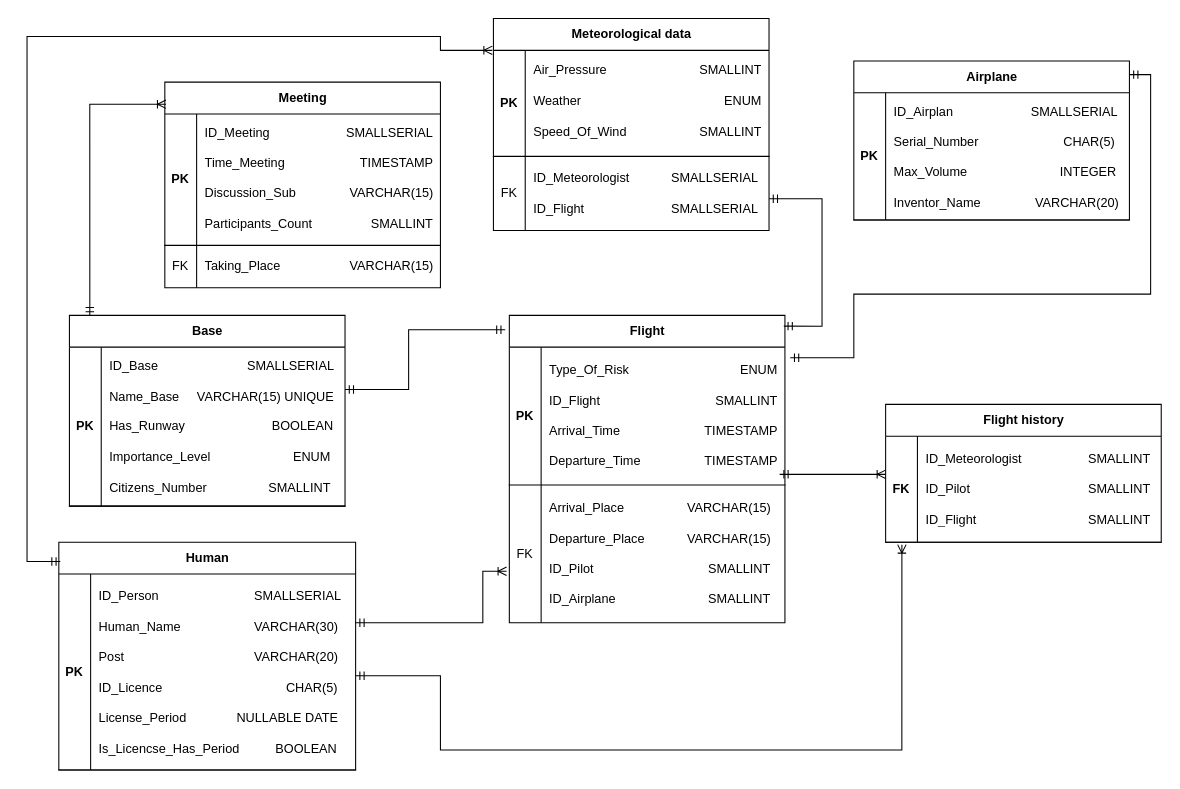
Before: БД/ЛБ1/Даталогическая модель.drawio in tetraminomusic/ITMO_2sem, a draw.io diagram. Source tidied: cells renumbered, new cells numbered last; positions are measured from the earlier drawing's top-left corner, leaving out a move shared by most shapes. Both pictures are drawn from the tidied source at 106%, with x=0, y=0 at pixel (26, 18).
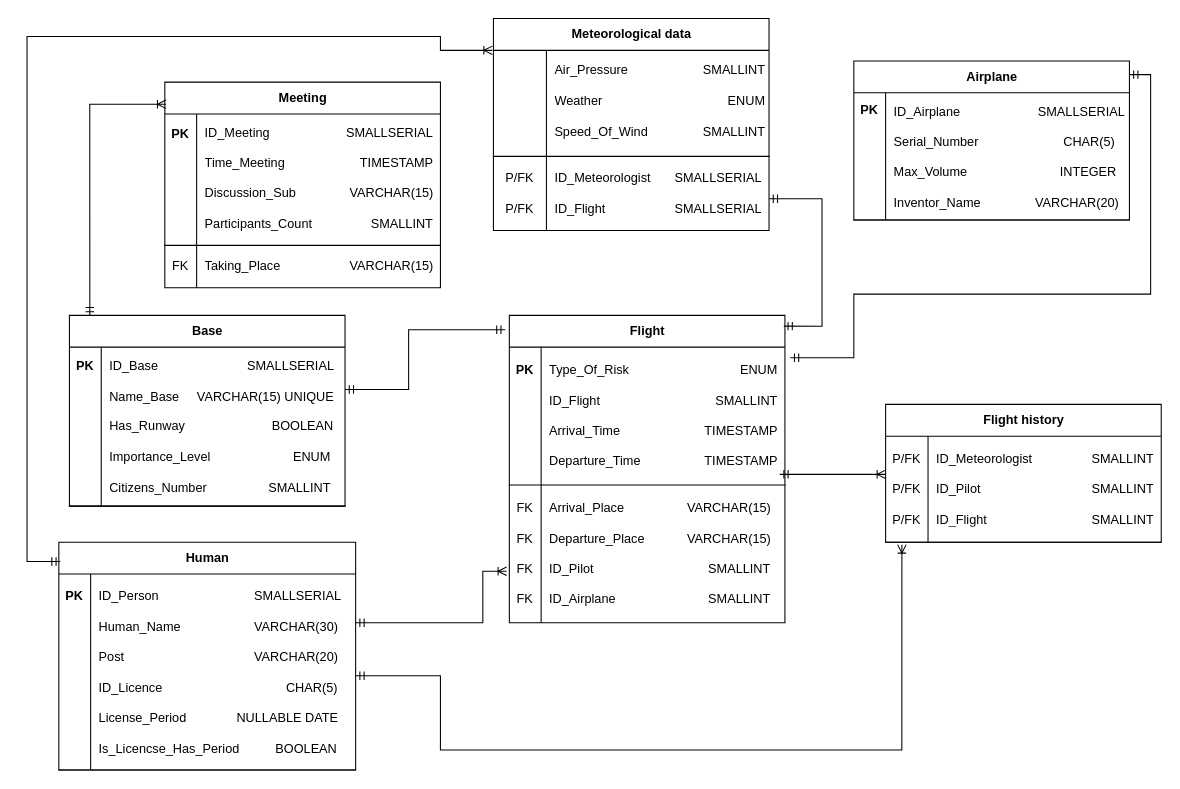
The same diagram, later.

Unchanged cells that the change refers to:
```xml
<mxCell id="3" style="shape=tableRow;horizontal=0;startSize=0;swimlaneHead=0;swimlaneBody=0;fillColor=none;top=0;left=0;right=0;bottom=1;" parent="2" vertex="1">
  <mxGeometry y="30" width="280" height="185" as="geometry" />
</mxCell>
<mxCell id="8" style="shape=tableRow;horizontal=0;startSize=0;swimlaneHead=0;swimlaneBody=0;fillColor=none;top=0;left=0;right=0;bottom=1;" parent="7" vertex="1">
  <mxGeometry y="30" width="260" height="150" as="geometry" />
</mxCell>
<mxCell id="13" style="shape=tableRow;horizontal=0;startSize=0;swimlaneHead=0;swimlaneBody=0;fillColor=none;top=0;left=0;right=0;bottom=1;" parent="12" vertex="1">
  <mxGeometry y="30" width="260" height="100" as="geometry" />
</mxCell>
<mxCell id="16" style="shape=tableRow;horizontal=0;startSize=0;swimlaneHead=0;swimlaneBody=0;fillColor=none;top=0;left=0;right=0;bottom=0;" parent="12" vertex="1">
  <mxGeometry y="130" width="260" height="70" as="geometry" />
</mxCell>
<mxCell id="21" style="shape=tableRow;horizontal=0;startSize=0;swimlaneHead=0;swimlaneBody=0;fillColor=none;top=0;left=0;right=0;bottom=1;" parent="20" vertex="1">
  <mxGeometry y="30" width="260" height="120" as="geometry" />
</mxCell>
<mxCell id="26" style="shape=tableRow;horizontal=0;startSize=0;swimlaneHead=0;swimlaneBody=0;fillColor=none;points=[[0,0.5],[1,0.5]];portConstraint=eastwest;top=0;left=0;right=0;bottom=1;" parent="25" vertex="1">
  <mxGeometry y="30" width="260" height="100" as="geometry" />
</mxCell>
<mxCell id="31" style="shape=tableRow;horizontal=0;startSize=0;swimlaneHead=0;swimlaneBody=0;fillColor=none;top=0;left=0;right=0;bottom=1;" parent="30" vertex="1">
  <mxGeometry y="30" width="260" height="130" as="geometry" />
</mxCell>
<mxCell id="34" style="shape=tableRow;horizontal=0;startSize=0;swimlaneHead=0;swimlaneBody=0;fillColor=none;points=[[0,0.5],[1,0.5]];portConstraint=eastwest;top=0;left=0;right=0;bottom=0;" parent="30" vertex="1">
  <mxGeometry y="160" width="260" height="130" as="geometry" />
</mxCell>
<mxCell id="39" style="shape=tableRow;horizontal=0;startSize=0;swimlaneHead=0;swimlaneBody=0;fillColor=none;top=0;left=0;right=0;bottom=1;" parent="38" vertex="1">
  <mxGeometry y="30" width="260" height="124" as="geometry" />
</mxCell>
```

What changed in the source:
```diff
@@
-    <mxCell id="4" value="PK" style="shape=partialRectangle;fillColor=none;top=0;left=0;bottom=0;right=0;fontStyle=1;overflow=hidden;whiteSpace=wrap;html=1;" parent="3" vertex="1">
+    <mxCell id="4" value="PK&lt;div&gt;&lt;br&gt;&lt;/div&gt;&lt;div&gt;&lt;br&gt;&lt;/div&gt;&lt;div&gt;&lt;br&gt;&lt;/div&gt;&lt;div&gt;&lt;br&gt;&lt;/div&gt;&lt;div&gt;&lt;br&gt;&lt;/div&gt;&lt;div&gt;&lt;br&gt;&lt;/div&gt;&lt;div&gt;&lt;br&gt;&lt;/div&gt;&lt;div&gt;&lt;br&gt;&lt;/div&gt;&lt;div&gt;&lt;br&gt;&lt;/div&gt;&lt;div&gt;&lt;br&gt;&lt;/div&gt;" style="shape=partialRectangle;fillColor=none;top=0;left=0;bottom=0;right=0;fontStyle=1;overflow=hidden;whiteSpace=wrap;html=1;" parent="3" vertex="1">
       <mxGeometry width="30" height="185" as="geometry" />
     </mxCell>
@@
-    <mxCell id="9" value="PK" style="shape=partialRectangle;fillColor=none;top=0;left=0;bottom=0;right=0;fontStyle=1;overflow=hidden;whiteSpace=wrap;html=1;" parent="8" vertex="1">
+    <mxCell id="9" value="PK&lt;div&gt;&lt;br&gt;&lt;/div&gt;&lt;div&gt;&lt;br&gt;&lt;/div&gt;&lt;div&gt;&lt;br&gt;&lt;/div&gt;&lt;div&gt;&lt;br&gt;&lt;/div&gt;&lt;div&gt;&lt;br&gt;&lt;/div&gt;&lt;div&gt;&lt;br&gt;&lt;/div&gt;&lt;div&gt;&lt;br&gt;&lt;/div&gt;&lt;div&gt;&lt;br&gt;&lt;/div&gt;" style="shape=partialRectangle;fillColor=none;top=0;left=0;bottom=0;right=0;fontStyle=1;overflow=hidden;whiteSpace=wrap;html=1;" parent="8" vertex="1">
       <mxGeometry width="30" height="150" as="geometry" />
     </mxCell>
@@
-    <mxCell id="14" value="PK" style="shape=partialRectangle;fillColor=none;top=0;left=0;bottom=0;right=0;fontStyle=1;overflow=hidden;whiteSpace=wrap;html=1;" parent="13" vertex="1">
-      <mxGeometry width="30" height="100" as="geometry" />
+    <mxCell id="14" style="shape=partialRectangle;fillColor=none;top=0;left=0;bottom=0;right=0;fontStyle=1;overflow=hidden;whiteSpace=wrap;html=1;" parent="13" vertex="1">
+      <mxGeometry width="50" height="100" as="geometry" />
     </mxCell>
     <mxCell id="15" style="shape=partialRectangle;fillColor=none;top=0;left=0;bottom=0;right=0;align=left;spacingLeft=6;fontStyle=5;overflow=hidden;whiteSpace=wrap;html=1;" parent="13" vertex="1">
-      <mxGeometry x="30" width="230" height="100" as="geometry" />
+      <mxGeometry x="50" width="210" height="100" as="geometry" />
     </mxCell>
@@
-    <mxCell id="17" value="FK" style="shape=partialRectangle;fillColor=none;top=0;left=0;bottom=0;right=0;overflow=hidden;whiteSpace=wrap;html=1;" parent="16" vertex="1">
-      <mxGeometry width="30" height="70" as="geometry" />
+    <mxCell id="17" value="P/FK&lt;div&gt;&lt;br&gt;&lt;/div&gt;&lt;div&gt;P/FK&lt;/div&gt;" style="shape=partialRectangle;fillColor=none;top=0;left=0;bottom=0;right=0;overflow=hidden;whiteSpace=wrap;html=1;" parent="16" vertex="1">
+      <mxGeometry width="50" height="70" as="geometry" />
     </mxCell>
-    <mxCell id="18" value="ID_Meteorologist&lt;span style=&quot;white-space: pre;&quot;&gt;&#9;&lt;/span&gt;&amp;nbsp; &amp;nbsp; &amp;nbsp; &amp;nbsp;&lt;span style=&quot;white-space: pre;&quot;&gt;SMALLSERIAL&lt;/span&gt;&lt;div&gt;&lt;span style=&quot;white-space: pre;&quot;&gt;&lt;br&gt;&lt;/span&gt;&lt;div&gt;&lt;span style=&quot;color: light-dark(rgb(0, 0, 0), rgb(255, 255, 255)); background-color: transparent;&quot;&gt;ID_Flight&lt;/span&gt;&lt;span style=&quot;color: light-dark(rgb(0, 0, 0), rgb(255, 255, 255)); background-color: transparent; white-space: pre;&quot;&gt;&#9;&lt;/span&gt;&lt;span style=&quot;color: light-dark(rgb(0, 0, 0), rgb(255, 255, 255)); background-color: transparent; white-space: pre;&quot;&gt;&#9;&lt;/span&gt;&lt;span style=&quot;color: light-dark(rgb(0, 0, 0), rgb(255, 255, 255)); background-color: transparent; white-space: pre;&quot;&gt;&#9;&lt;/span&gt;&lt;span style=&quot;color: light-dark(rgb(0, 0, 0), rgb(255, 255, 255)); background-color: transparent;&quot;&gt;&amp;nbsp; &amp;nbsp; &amp;nbsp; &amp;nbsp;SMALLSERIAL&lt;/span&gt;&lt;span style=&quot;white-space: pre;&quot;&gt;&lt;/span&gt;&lt;/div&gt;&lt;/div&gt;" style="shape=partialRectangle;fillColor=none;top=0;left=0;bottom=0;right=0;align=left;spacingLeft=6;overflow=hidden;whiteSpace=wrap;html=1;" parent="16" vertex="1">
-      <mxGeometry x="30" width="230" height="70" as="geometry" />
+    <mxCell id="18" value="ID_Meteorologist&lt;span style=&quot;white-space: pre;&quot;&gt;&#9;&lt;/span&gt;&amp;nbsp; &lt;span style=&quot;white-space: pre;&quot;&gt;SMALLSERIAL&lt;/span&gt;&lt;div&gt;&lt;span style=&quot;white-space: pre;&quot;&gt;&lt;br&gt;&lt;/span&gt;&lt;div&gt;&lt;span style=&quot;color: light-dark(rgb(0, 0, 0), rgb(255, 255, 255)); background-color: transparent;&quot;&gt;ID_Flight&lt;/span&gt;&lt;span style=&quot;color: light-dark(rgb(0, 0, 0), rgb(255, 255, 255)); background-color: transparent; white-space: pre;&quot;&gt;&#9;&lt;/span&gt;&lt;span style=&quot;color: light-dark(rgb(0, 0, 0), rgb(255, 255, 255)); background-color: transparent; white-space: pre;&quot;&gt;&#9;&lt;/span&gt;&lt;span style=&quot;color: light-dark(rgb(0, 0, 0), rgb(255, 255, 255)); background-color: transparent; white-space: pre;&quot;&gt;&#9;&lt;/span&gt;&lt;span style=&quot;color: light-dark(rgb(0, 0, 0), rgb(255, 255, 255)); background-color: transparent;&quot;&gt;&amp;nbsp; SMALLSERIAL&lt;/span&gt;&lt;span style=&quot;white-space: pre;&quot;&gt;&lt;/span&gt;&lt;/div&gt;&lt;/div&gt;" style="shape=partialRectangle;fillColor=none;top=0;left=0;bottom=0;right=0;align=left;spacingLeft=6;overflow=hidden;whiteSpace=wrap;html=1;" parent="16" vertex="1">
+      <mxGeometry x="50" width="210" height="70" as="geometry" />
     </mxCell>
-    <mxCell id="19" value="&lt;div&gt;&lt;span style=&quot;background-color: transparent; color: light-dark(rgb(0, 0, 0), rgb(255, 255, 255));&quot;&gt;Air_Pressure&lt;/span&gt;&lt;span style=&quot;background-color: transparent; color: light-dark(rgb(0, 0, 0), rgb(255, 255, 255)); white-space: pre;&quot;&gt;&#9;&lt;/span&gt;&lt;span style=&quot;background-color: transparent; color: light-dark(rgb(0, 0, 0), rgb(255, 255, 255)); white-space: pre;&quot;&gt;&#9;&lt;/span&gt;&lt;span style=&quot;background-color: transparent; color: light-dark(rgb(0, 0, 0), rgb(255, 255, 255));&quot;&gt;&amp;nbsp; &amp;nbsp; &amp;nbsp; &amp;nbsp; &amp;nbsp; &amp;nbsp; &amp;nbsp; &amp;nbsp;SMALLINT&lt;/span&gt;&lt;/div&gt;&lt;div&gt;&lt;br&gt;&lt;/div&gt;&lt;div&gt;Weather&amp;nbsp;&amp;nbsp;&lt;span style=&quot;white-space: pre;&quot;&gt;&#9;&lt;/span&gt;&lt;span style=&quot;white-space: pre;&quot;&gt;&#9;&lt;/span&gt;&amp;nbsp; &amp;nbsp; &amp;nbsp; &amp;nbsp; &amp;nbsp; &amp;nbsp; &amp;nbsp; &amp;nbsp; &amp;nbsp; &amp;nbsp; &amp;nbsp; ENUM&lt;/div&gt;&lt;div&gt;&lt;br&gt;&lt;/div&gt;&lt;div&gt;Speed_Of_Wind&lt;span style=&quot;white-space: pre;&quot;&gt;&#9;&lt;/span&gt;&amp;nbsp; &amp;nbsp; &amp;nbsp; &amp;nbsp; &amp;nbsp; &amp;nbsp; &amp;nbsp; &amp;nbsp;SMALLINT&lt;/div&gt;&lt;div&gt;&lt;span style=&quot;background-color: transparent; color: light-dark(rgb(0, 0, 0), rgb(255, 255, 255));&quot;&gt;&amp;nbsp; &amp;nbsp;&lt;/span&gt;&lt;/div&gt;" style="shape=partialRectangle;fillColor=none;top=0;left=0;bottom=0;right=0;align=left;spacingLeft=6;overflow=hidden;whiteSpace=wrap;html=1;" parent="1" vertex="1">
-      <mxGeometry x="470" width="230" height="170" as="geometry" />
+    <mxCell id="19" value="&lt;div&gt;&lt;span style=&quot;background-color: transparent; color: light-dark(rgb(0, 0, 0), rgb(255, 255, 255));&quot;&gt;Air_Pressure&lt;/span&gt;&lt;span style=&quot;background-color: transparent; color: light-dark(rgb(0, 0, 0), rgb(255, 255, 255)); white-space: pre;&quot;&gt;&#9;&lt;/span&gt;&lt;span style=&quot;background-color: transparent; color: light-dark(rgb(0, 0, 0), rgb(255, 255, 255)); white-space: pre;&quot;&gt;&#9;&lt;/span&gt;&lt;span style=&quot;background-color: transparent; color: light-dark(rgb(0, 0, 0), rgb(255, 255, 255));&quot;&gt;&amp;nbsp; &amp;nbsp; &amp;nbsp; &amp;nbsp; &amp;nbsp; SMALLINT&lt;/span&gt;&lt;/div&gt;&lt;div&gt;&lt;br&gt;&lt;/div&gt;&lt;div&gt;Weather&amp;nbsp;&amp;nbsp;&lt;span style=&quot;white-space: pre;&quot;&gt;&#9;&lt;/span&gt;&lt;span style=&quot;white-space: pre;&quot;&gt;&#9;&lt;/span&gt;&amp;nbsp; &amp;nbsp; &amp;nbsp; &amp;nbsp; &amp;nbsp; &amp;nbsp; &amp;nbsp; &amp;nbsp; &amp;nbsp;ENUM&lt;/div&gt;&lt;div&gt;&lt;br&gt;&lt;/div&gt;&lt;div&gt;Speed_Of_Wind&lt;span style=&quot;white-space: pre;&quot;&gt;&#9;&lt;/span&gt;&amp;nbsp; &amp;nbsp; &amp;nbsp; &amp;nbsp; &amp;nbsp; SMALLINT&lt;/div&gt;&lt;div&gt;&lt;span style=&quot;background-color: transparent; color: light-dark(rgb(0, 0, 0), rgb(255, 255, 255));&quot;&gt;&amp;nbsp; &amp;nbsp;&lt;/span&gt;&lt;/div&gt;" style="shape=partialRectangle;fillColor=none;top=0;left=0;bottom=0;right=0;align=left;spacingLeft=6;overflow=hidden;whiteSpace=wrap;html=1;" parent="1" vertex="1">
+      <mxGeometry x="490" width="210" height="170" as="geometry" />
     </mxCell>
@@
-    <mxCell id="22" value="PK" style="shape=partialRectangle;fillColor=none;top=0;left=0;bottom=0;right=0;fontStyle=1;overflow=hidden;whiteSpace=wrap;html=1;" parent="21" vertex="1">
+    <mxCell id="22" value="PK&lt;div&gt;&lt;br&gt;&lt;/div&gt;&lt;div&gt;&lt;br&gt;&lt;/div&gt;&lt;div&gt;&lt;br&gt;&lt;/div&gt;&lt;div&gt;&lt;br&gt;&lt;/div&gt;&lt;div&gt;&lt;br&gt;&lt;/div&gt;&lt;div&gt;&lt;br&gt;&lt;/div&gt;" style="shape=partialRectangle;fillColor=none;top=0;left=0;bottom=0;right=0;fontStyle=1;overflow=hidden;whiteSpace=wrap;html=1;" parent="21" vertex="1">
       <mxGeometry width="30" height="120" as="geometry" />
     </mxCell>
@@
-    <mxCell id="24" value="ID_Airplan&amp;nbsp; &amp;nbsp; &amp;nbsp; &amp;nbsp; &amp;nbsp; &amp;nbsp; &amp;nbsp; &amp;nbsp; &amp;nbsp; &amp;nbsp; &amp;nbsp; SMALLSERIAL&amp;nbsp;&lt;div&gt;&lt;br&gt;&lt;/div&gt;&lt;div&gt;Serial_Number&lt;span style=&quot;white-space: pre;&quot;&gt;&#9;&lt;/span&gt;&lt;span style=&quot;white-space: pre;&quot;&gt;                CHAR(5)&lt;/span&gt;&lt;/div&gt;&lt;div&gt;&lt;br&gt;&lt;/div&gt;&lt;div&gt;Max_Volume&lt;span style=&quot;white-space: pre;&quot;&gt;&#9;&lt;/span&gt;&lt;span style=&quot;white-space: pre;&quot;&gt;&#9;&lt;/span&gt;&lt;span style=&quot;white-space: pre;&quot;&gt;&#9;&lt;/span&gt;&amp;nbsp; &amp;nbsp; &amp;nbsp; &amp;nbsp;INTEGER&lt;/div&gt;&lt;div&gt;&lt;br&gt;&lt;/div&gt;&lt;div&gt;Inventor_Name&lt;span style=&quot;white-space: pre;&quot;&gt;&#9;&lt;/span&gt;&amp;nbsp; &amp;nbsp; &amp;nbsp; &amp;nbsp; VARCHAR(20)&lt;/div&gt;&lt;div&gt;&lt;br&gt;&lt;/div&gt;&lt;div&gt;&lt;br&gt;&lt;/div&gt;" style="shape=partialRectangle;fillColor=none;top=0;left=0;bottom=0;right=0;align=left;spacingLeft=6;overflow=hidden;whiteSpace=wrap;html=1;" parent="1" vertex="1">
+    <mxCell id="24" value="ID_Airplane&amp;nbsp; &amp;nbsp; &amp;nbsp; &amp;nbsp; &amp;nbsp; &amp;nbsp; &amp;nbsp; &amp;nbsp; &amp;nbsp; &amp;nbsp; &amp;nbsp; SMALLSERIAL&amp;nbsp;&lt;div&gt;&lt;br&gt;&lt;/div&gt;&lt;div&gt;Serial_Number&lt;span style=&quot;white-space: pre;&quot;&gt;&#9;&lt;/span&gt;&lt;span style=&quot;white-space: pre;&quot;&gt;                CHAR(5)&lt;/span&gt;&lt;/div&gt;&lt;div&gt;&lt;br&gt;&lt;/div&gt;&lt;div&gt;Max_Volume&lt;span style=&quot;white-space: pre;&quot;&gt;&#9;&lt;/span&gt;&lt;span style=&quot;white-space: pre;&quot;&gt;&#9;&lt;/span&gt;&lt;span style=&quot;white-space: pre;&quot;&gt;&#9;&lt;/span&gt;&amp;nbsp; &amp;nbsp; &amp;nbsp; &amp;nbsp;INTEGER&lt;/div&gt;&lt;div&gt;&lt;br&gt;&lt;/div&gt;&lt;div&gt;Inventor_Name&lt;span style=&quot;white-space: pre;&quot;&gt;&#9;&lt;/span&gt;&amp;nbsp; &amp;nbsp; &amp;nbsp; &amp;nbsp; VARCHAR(20)&lt;/div&gt;&lt;div&gt;&lt;br&gt;&lt;/div&gt;&lt;div&gt;&lt;br&gt;&lt;/div&gt;" style="shape=partialRectangle;fillColor=none;top=0;left=0;bottom=0;right=0;align=left;spacingLeft=6;overflow=hidden;whiteSpace=wrap;html=1;" parent="1" vertex="1">
       <mxGeometry x="810" y="70" width="230" height="150" as="geometry" />
     </mxCell>
@@
-    <mxCell id="27" value="FK" style="shape=partialRectangle;fillColor=none;top=0;left=0;bottom=0;right=0;fontStyle=1;overflow=hidden;whiteSpace=wrap;html=1;" parent="26" vertex="1">
-      <mxGeometry width="30" height="100" as="geometry" />
+    <mxCell id="27" value="&lt;span style=&quot;font-weight: normal;&quot;&gt;P/FK&lt;/span&gt;&lt;div&gt;&lt;br&gt;&lt;/div&gt;&lt;div&gt;&lt;span style=&quot;font-weight: 400;&quot;&gt;P/FK&lt;/span&gt;&lt;/div&gt;&lt;div&gt;&lt;span style=&quot;font-weight: 400;&quot;&gt;&lt;br&gt;&lt;/span&gt;&lt;/div&gt;&lt;div&gt;&lt;span style=&quot;font-weight: 400;&quot;&gt;P/FK&lt;/span&gt;&lt;span style=&quot;font-weight: 400;&quot;&gt;&lt;/span&gt;&lt;/div&gt;" style="shape=partialRectangle;fillColor=none;top=0;left=0;bottom=0;right=0;fontStyle=1;overflow=hidden;whiteSpace=wrap;html=1;" parent="26" vertex="1">
+      <mxGeometry width="40" height="100" as="geometry" />
     </mxCell>
     <mxCell id="28" style="shape=partialRectangle;fillColor=none;top=0;left=0;bottom=0;right=0;align=left;spacingLeft=6;fontStyle=5;overflow=hidden;whiteSpace=wrap;html=1;" parent="26" vertex="1">
-      <mxGeometry x="30" width="230" height="100" as="geometry" />
+      <mxGeometry x="40" width="220" height="100" as="geometry" />
     </mxCell>
-    <mxCell id="29" value="ID_Meteorologist&lt;span style=&quot;white-space: pre;&quot;&gt;&#9;&lt;/span&gt;&amp;nbsp; &amp;nbsp; &amp;nbsp; &amp;nbsp; &amp;nbsp; &amp;nbsp; &amp;nbsp; SMALLINT&lt;div&gt;&lt;br&gt;&lt;/div&gt;&lt;div&gt;ID_Pilot&amp;nbsp; &amp;nbsp; &amp;nbsp; &amp;nbsp; &amp;nbsp; &amp;nbsp;&amp;nbsp;&lt;span style=&quot;white-space: pre;&quot;&gt;&#9;&lt;/span&gt;&lt;span style=&quot;white-space: pre;&quot;&gt;              &lt;/span&gt;&lt;span style=&quot;background-color: transparent; color: light-dark(rgb(0, 0, 0), rgb(255, 255, 255));&quot;&gt;SMALLINT&lt;/span&gt;&lt;/div&gt;&lt;div&gt;&lt;br&gt;&lt;/div&gt;&lt;div&gt;ID_Flight&lt;span style=&quot;white-space: pre;&quot;&gt;&#9;&lt;/span&gt;&lt;span style=&quot;white-space: pre;&quot;&gt;&#9;&lt;/span&gt;&lt;span style=&quot;white-space: pre;&quot;&gt;&#9;&lt;/span&gt;&amp;nbsp; &amp;nbsp; &amp;nbsp; &amp;nbsp; &amp;nbsp; &amp;nbsp; &amp;nbsp;&amp;nbsp;&lt;span style=&quot;background-color: transparent; color: light-dark(rgb(0, 0, 0), rgb(255, 255, 255));&quot;&gt;SMALLINT&lt;/span&gt;&lt;/div&gt;" style="shape=partialRectangle;fillColor=none;top=0;left=0;bottom=0;right=0;align=left;spacingLeft=6;overflow=hidden;whiteSpace=wrap;html=1;" parent="1" vertex="1">
-      <mxGeometry x="840" y="394" width="230" height="100" as="geometry" />
+    <mxCell id="29" value="ID_Meteorologist&lt;span style=&quot;white-space: pre;&quot;&gt;&#9;&lt;/span&gt;&amp;nbsp; &amp;nbsp; &amp;nbsp; &amp;nbsp; &amp;nbsp; &amp;nbsp; SMALLINT&lt;div&gt;&lt;br&gt;&lt;/div&gt;&lt;div&gt;ID_Pilot&amp;nbsp; &amp;nbsp; &amp;nbsp; &amp;nbsp; &amp;nbsp; &amp;nbsp;&amp;nbsp;&lt;span style=&quot;white-space: pre;&quot;&gt;&#9;&lt;/span&gt;&lt;span style=&quot;white-space: pre;&quot;&gt;            &lt;/span&gt;&lt;span style=&quot;background-color: transparent; color: light-dark(rgb(0, 0, 0), rgb(255, 255, 255));&quot;&gt;SMALLINT&lt;/span&gt;&lt;/div&gt;&lt;div&gt;&lt;br&gt;&lt;/div&gt;&lt;div&gt;ID_Flight&lt;span style=&quot;white-space: pre;&quot;&gt;&#9;&lt;/span&gt;&lt;span style=&quot;white-space: pre;&quot;&gt;&#9;&lt;/span&gt;&lt;span style=&quot;white-space: pre;&quot;&gt;&#9;&lt;/span&gt;&amp;nbsp; &amp;nbsp; &amp;nbsp; &amp;nbsp; &amp;nbsp; &amp;nbsp;&amp;nbsp;&lt;span style=&quot;background-color: transparent; color: light-dark(rgb(0, 0, 0), rgb(255, 255, 255));&quot;&gt;SMALLINT&lt;/span&gt;&lt;/div&gt;" style="shape=partialRectangle;fillColor=none;top=0;left=0;bottom=0;right=0;align=left;spacingLeft=6;overflow=hidden;whiteSpace=wrap;html=1;" parent="1" vertex="1">
+      <mxGeometry x="850" y="394" width="220" height="100" as="geometry" />
     </mxCell>
@@
-    <mxCell id="32" value="PK" style="shape=partialRectangle;fillColor=none;top=0;left=0;bottom=0;right=0;fontStyle=1;overflow=hidden;whiteSpace=wrap;html=1;" parent="31" vertex="1">
+    <mxCell id="32" value="PK&lt;div&gt;&lt;br&gt;&lt;/div&gt;&lt;div&gt;&lt;br&gt;&lt;/div&gt;&lt;div&gt;&lt;br&gt;&lt;/div&gt;&lt;div&gt;&lt;br&gt;&lt;/div&gt;&lt;div&gt;&lt;br&gt;&lt;/div&gt;&lt;div&gt;&lt;br&gt;&lt;/div&gt;" style="shape=partialRectangle;fillColor=none;top=0;left=0;bottom=0;right=0;fontStyle=1;overflow=hidden;whiteSpace=wrap;html=1;" parent="31" vertex="1">
       <mxGeometry width="30" height="130" as="geometry" />
     </mxCell>
@@
-    <mxCell id="35" value="FK" style="shape=partialRectangle;fillColor=none;top=0;left=0;bottom=0;right=0;overflow=hidden;whiteSpace=wrap;html=1;" parent="34" vertex="1">
+    <mxCell id="35" value="FK&lt;div&gt;&lt;br&gt;&lt;/div&gt;&lt;div&gt;FK&lt;/div&gt;&lt;div&gt;&lt;br&gt;&lt;/div&gt;&lt;div&gt;FK&lt;/div&gt;&lt;div&gt;&lt;br&gt;&lt;/div&gt;&lt;div&gt;FK&lt;/div&gt;" style="shape=partialRectangle;fillColor=none;top=0;left=0;bottom=0;right=0;overflow=hidden;whiteSpace=wrap;html=1;" parent="34" vertex="1">
       <mxGeometry width="30" height="130" as="geometry" />
     </mxCell>
@@
-    <mxCell id="40" value="PK" style="shape=partialRectangle;fillColor=none;top=0;left=0;bottom=0;right=0;fontStyle=1;overflow=hidden;whiteSpace=wrap;html=1;" parent="39" vertex="1">
+    <mxCell id="40" value="PK&lt;div&gt;&lt;br&gt;&lt;/div&gt;&lt;div&gt;&lt;br&gt;&lt;/div&gt;&lt;div&gt;&lt;br&gt;&lt;/div&gt;&lt;div&gt;&lt;br&gt;&lt;/div&gt;&lt;div&gt;&lt;br&gt;&lt;/div&gt;&lt;div&gt;&lt;br&gt;&lt;/div&gt;" style="shape=partialRectangle;fillColor=none;top=0;left=0;bottom=0;right=0;fontStyle=1;overflow=hidden;whiteSpace=wrap;html=1;" parent="39" vertex="1">
       <mxGeometry width="30" height="124" as="geometry" />
     </mxCell>
```
